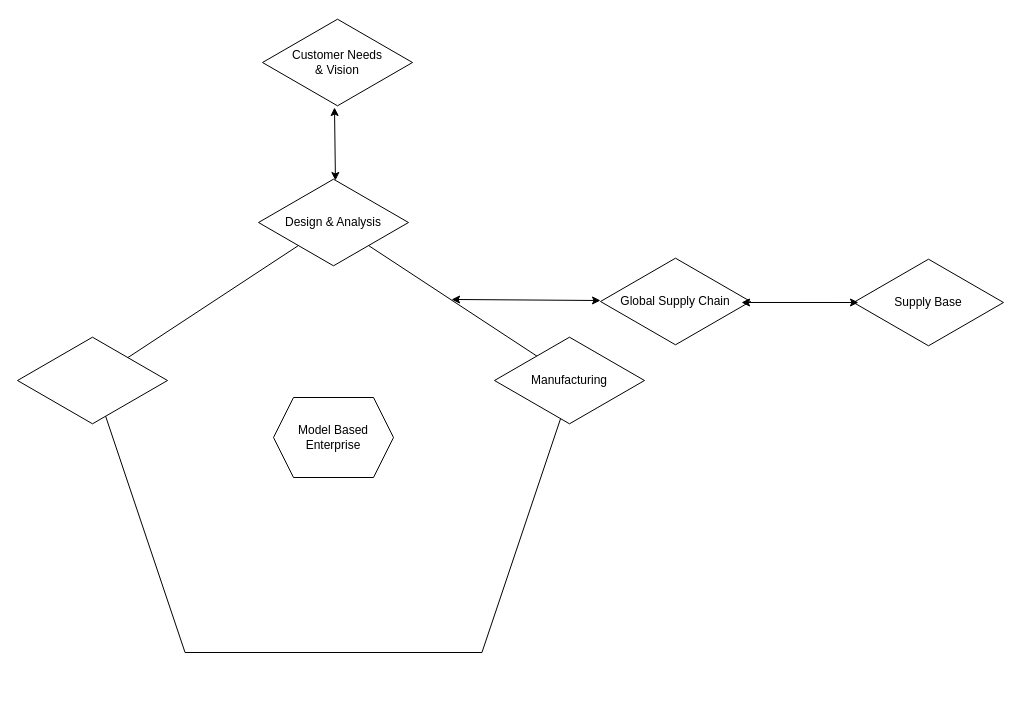
The draw.io diagram page "model-based-enterprise-vision" (1 of 2) of MBSE/CAS/Drawio/model-based-development-process.drawio in robotics-intelligent-systems/jfxosms, before the edit. Source tidied: cells renumbered, new cells numbered last; positions are measured from the earlier drawing's top-left corner, leaving out a move shared by most shapes. Both pictures are drawn from the tidied source at 100%, with x=0, y=0 at pixel (17, 17).
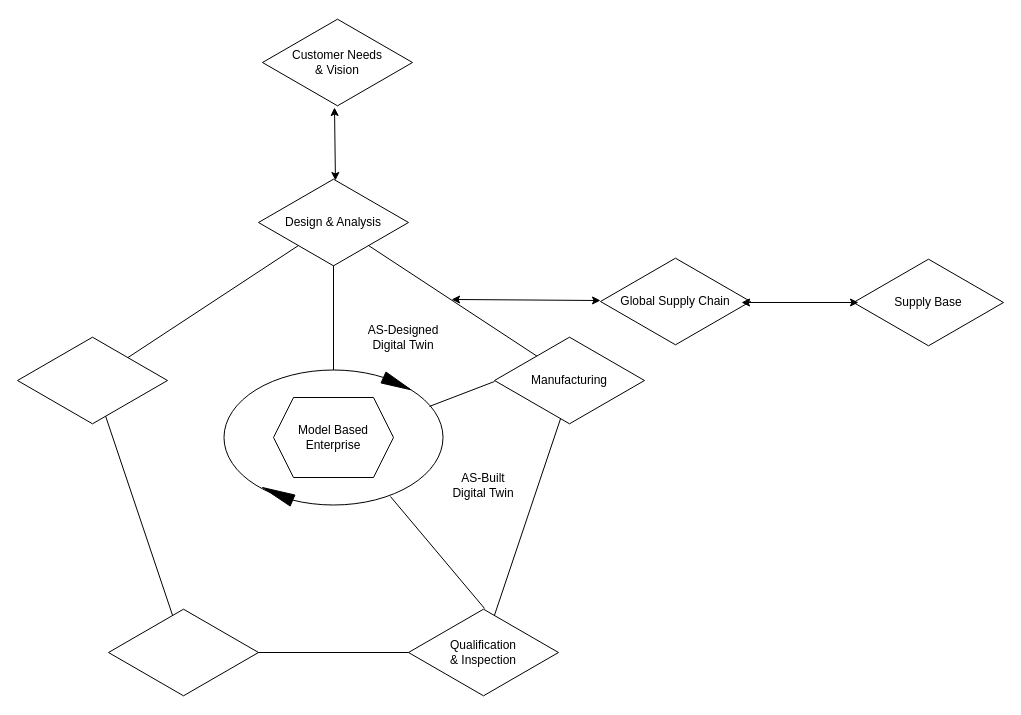
Above is the later version.

The change refers to these unchanged cells:
```xml
<mxCell id="4" value="Design &amp;amp; Analysis" style="html=1;whiteSpace=wrap;shape=isoRectangle;" parent="1" vertex="1">
  <mxGeometry x="241" y="160" width="150" height="90" as="geometry" />
</mxCell>
<mxCell id="6" value="Manufacturing" style="html=1;whiteSpace=wrap;shape=isoRectangle;" parent="1" vertex="1">
  <mxGeometry x="477" y="318" width="150" height="90" as="geometry" />
</mxCell>
```

Diff of the diagram source:
```diff
@@
+    <mxCell id="13" style="ellipse;whiteSpace=wrap;html=1;" parent="1" vertex="1">
+      <mxGeometry x="206.5" y="352.5" width="219" height="135" as="geometry" />
+    </mxCell>
@@
+    <mxCell id="14" style="endArrow=none;html=1;rounded=0;entryX=0.5;entryY=0.978;entryDx=0;entryDy=0;entryPerimeter=0;exitX=0.5;exitY=0;exitDx=0;exitDy=0;" parent="1" edge="1" source="13" target="4">
+      <mxGeometry relative="1" as="geometry" />
+    </mxCell>
+    <mxCell id="15" value="AS-Designed&lt;br&gt;Digital Twin" style="text;html=1;align=center;verticalAlign=middle;whiteSpace=wrap;rounded=0;" parent="1" vertex="1">
+      <mxGeometry x="316" y="300" width="140" height="40" as="geometry" />
+    </mxCell>
+    <mxCell id="16" style="shape=mxgraph.arrows2.wedgeArrow;html=1;startWidth=6;fillColor=strokeColor;defaultFillColor=invert;defaultGradientColor=invert;rounded=0;entryX=1;entryY=0;entryDx=0;entryDy=0;" parent="1" edge="1" target="13">
+      <mxGeometry relative="1" as="geometry">
+        <mxPoint x="366" y="360" as="sourcePoint" />
+      </mxGeometry>
+    </mxCell>
+    <mxCell id="17" style="shape=mxgraph.arrows2.wedgeArrow;html=1;startWidth=6;fillColor=strokeColor;defaultFillColor=invert;defaultGradientColor=invert;rounded=0;exitX=0.313;exitY=0.967;exitDx=0;exitDy=0;exitPerimeter=0;" parent="1" edge="1" source="13">
+      <mxGeometry relative="1" as="geometry">
+        <mxPoint x="245" y="470" as="targetPoint" />
+      </mxGeometry>
+    </mxCell>
+    <mxCell id="18" value="Qualification&lt;br&gt;&amp;amp; Inspection" style="html=1;whiteSpace=wrap;shape=isoRectangle;" parent="1" vertex="1">
+      <mxGeometry x="391" y="590" width="150" height="90" as="geometry" />
+    </mxCell>
+    <mxCell id="19" style="html=1;whiteSpace=wrap;shape=isoRectangle;" parent="1" vertex="1">
+      <mxGeometry x="91" y="590" width="150" height="90" as="geometry" />
+    </mxCell>
+    <mxCell id="20" style="endArrow=none;html=1;rounded=0;entryX=0;entryY=0.511;entryDx=0;entryDy=0;entryPerimeter=0;exitX=0.938;exitY=0.27;exitDx=0;exitDy=0;exitPerimeter=0;" parent="1" edge="1" source="13" target="6">
+      <mxGeometry relative="1" as="geometry" />
+    </mxCell>
+    <mxCell id="21" style="endArrow=none;html=1;rounded=0;exitX=0.507;exitY=0.011;exitDx=0;exitDy=0;exitPerimeter=0;entryX=0.76;entryY=0.937;entryDx=0;entryDy=0;entryPerimeter=0;" parent="1" edge="1" source="18" target="13">
+      <mxGeometry relative="1" as="geometry" />
+    </mxCell>
+    <mxCell id="22" value="AS-Built&lt;br&gt;Digital Twin" style="text;html=1;align=center;verticalAlign=middle;whiteSpace=wrap;rounded=0;" parent="1" vertex="1">
+      <mxGeometry x="416" y="447.5" width="100" height="40" as="geometry" />
+    </mxCell>
```
